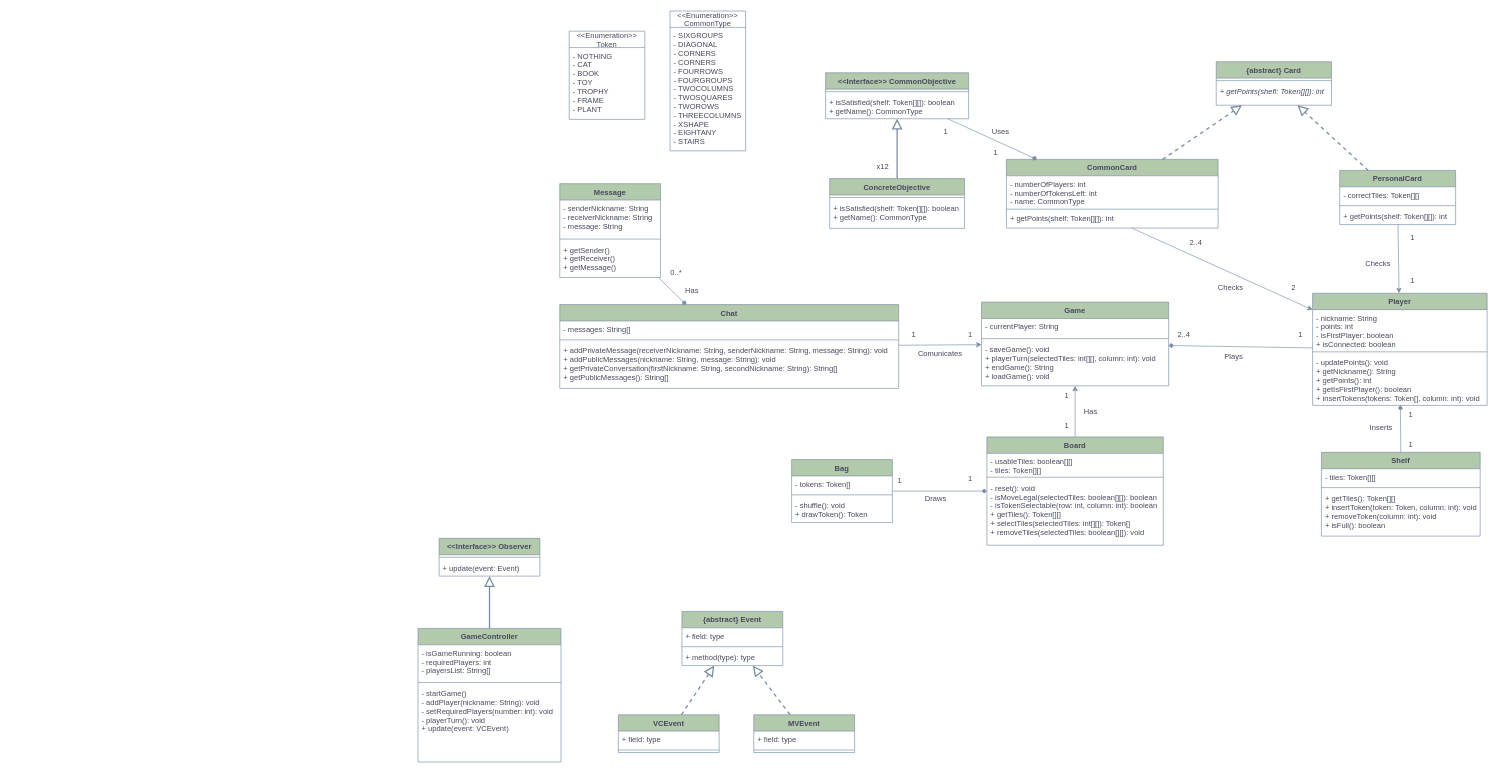
Above: class_diagram.drawio in GabrieleGessaghi/ing-sw-2023-gessaghi-fontanive-giuliani-galante (draw.io), before the change. Source tidied: cells renumbered, new cells numbered last; positions are measured from the earlier drawing's top-left corner, leaving out a move shared by most shapes. Both pictures are drawn from the tidied source at 63%, with x=0, y=0 at pixel (418, 11).
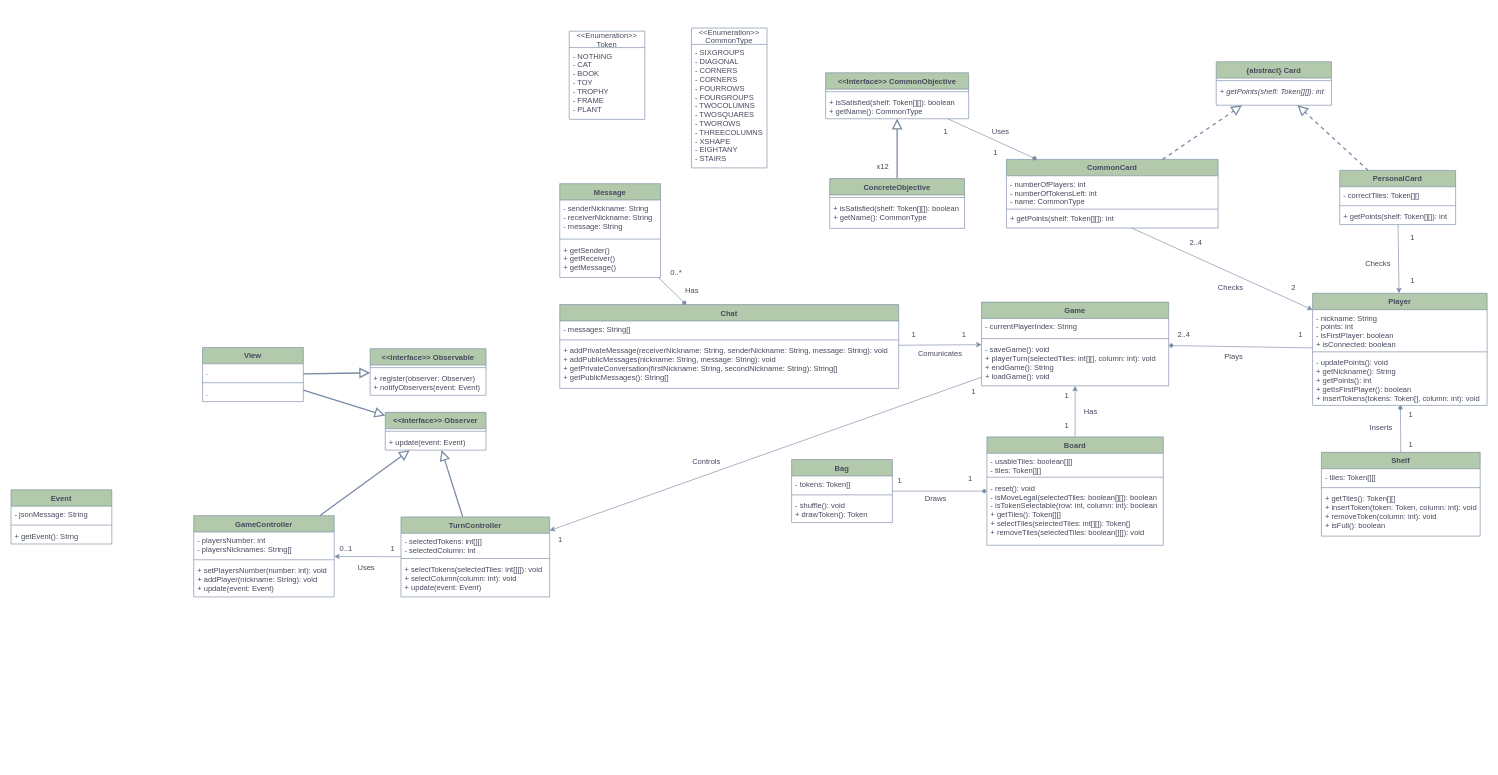
The same page after the edit.

Commit message (it also covers changes not shown here):
Updated class diagram

Unchanged cells that the change refers to:
```xml
<mxCell id="28" value="Game" style="swimlane;fontStyle=1;align=center;verticalAlign=top;horizontal=1;startSize=26;strokeColor=#788AA3;fontColor=#46495D;fillColor=#B2C9AB;labelBackgroundColor=none;" parent="1" vertex="1">
  <mxGeometry x="894.5" y="462" width="297" height="133" as="geometry" />
</mxCell>
```

What changed in the source:
```diff
@@
-    <mxCell id="29" value="- currentPlayer: String" style="text;strokeColor=none;fillColor=none;align=left;verticalAlign=top;spacingLeft=4;spacingRight=4;overflow=hidden;fontColor=#46495D;labelBackgroundColor=none;" parent="28" vertex="1">
+    <mxCell id="29" value="- currentPlayerIndex: String" style="text;strokeColor=none;fillColor=none;align=left;verticalAlign=top;spacingLeft=4;spacingRight=4;overflow=hidden;fontColor=#46495D;labelBackgroundColor=none;" parent="28" vertex="1">
       <mxGeometry y="26" width="297" height="28" as="geometry" />
     </mxCell>
@@
     <mxCell id="81" value="1" style="text;html=1;strokeColor=none;fillColor=none;align=center;verticalAlign=middle;whiteSpace=wrap;rounded=0;fontColor=#46495D;labelBackgroundColor=none;" parent="1" vertex="1">
-      <mxGeometry x="847" y="499" width="60" height="30" as="geometry" />
+      <mxGeometry x="837" y="499" width="60" height="30" as="geometry" />
     </mxCell>
@@
     <mxCell id="87" value="&lt;&lt;Enumeration&gt;&gt;&#10;CommonType" style="swimlane;fontStyle=0;horizontal=1;startSize=26;fillColor=none;labelBackgroundColor=none;strokeColor=#788AA3;fontColor=#46495D;" parent="1" vertex="1">
-      <mxGeometry x="400" width="120" height="222" as="geometry" />
+      <mxGeometry x="434" y="27" width="120" height="222" as="geometry" />
     </mxCell>
@@
-    <mxCell id="91" value="GameController" style="swimlane;fontStyle=1;align=center;verticalAlign=top;horizontal=1;startSize=26;labelBackgroundColor=none;fillColor=#B2C9AB;strokeColor=#788AA3;fontColor=#46495D;" parent="1" vertex="1">
-      <mxGeometry y="980" width="227" height="212" as="geometry" />
-    </mxCell>
-    <mxCell id="92" value="- isGameRunning: boolean&#10;- requiredPlayers: int&#10;- playersList: String[]" style="text;strokeColor=none;fillColor=none;align=left;verticalAlign=top;spacingLeft=4;spacingRight=4;overflow=hidden;labelBackgroundColor=none;fontColor=#46495D;" parent="91" vertex="1">
-      <mxGeometry y="26" width="227" height="56" as="geometry" />
-    </mxCell>
-    <mxCell id="93" style="line;strokeWidth=1;fillColor=none;align=left;verticalAlign=middle;spacingTop=-1;spacingLeft=3;spacingRight=3;labelPosition=right;strokeColor=#788AA3;labelBackgroundColor=none;fontColor=#46495D;" parent="91" vertex="1">
-      <mxGeometry y="82" width="227" height="8" as="geometry" />
-    </mxCell>
-    <mxCell id="94" value="- startGame()&#10;- addPlayer(nickname: String): void&#10;- setRequiredPlayers(number: int): void&#10;- playerTurn(): void&#10;+ update(event: VCEvent)" style="text;strokeColor=none;fillColor=none;align=left;verticalAlign=top;spacingLeft=4;spacingRight=4;overflow=hidden;labelBackgroundColor=none;fontColor=#46495D;" parent="91" vertex="1">
-      <mxGeometry y="90" width="227" height="122" as="geometry" />
-    </mxCell>
-    <mxCell id="95" value="&lt;&lt;Interface&gt;&gt; Observer" style="swimlane;fontStyle=1;align=center;verticalAlign=top;horizontal=1;startSize=26;strokeColor=#788AA3;fontColor=#46495D;fillColor=#B2C9AB;" parent="1" vertex="1">
-      <mxGeometry x="33.5" y="837" width="160" height="60" as="geometry" />
+    <mxCell id="95" value="&lt;&lt;Interface&gt;&gt; Observer" style="swimlane;fontStyle=1;align=center;verticalAlign=top;horizontal=1;startSize=26;strokeColor=#788AA3;fontColor=#46495D;fillColor=#B2C9AB;labelBackgroundColor=none;" parent="1" vertex="1">
+      <mxGeometry x="-52" y="637" width="160" height="60" as="geometry" />
     </mxCell>
-    <mxCell id="96" style="line;strokeWidth=1;fillColor=none;align=left;verticalAlign=middle;spacingTop=-1;spacingLeft=3;spacingRight=3;labelPosition=right;strokeColor=inherit;fontColor=#46495D;" parent="95" vertex="1">
+    <mxCell id="96" style="line;strokeWidth=1;fillColor=none;align=left;verticalAlign=middle;spacingTop=-1;spacingLeft=3;spacingRight=3;labelPosition=right;strokeColor=#788AA3;fontColor=#46495D;labelBackgroundColor=none;" parent="95" vertex="1">
       <mxGeometry y="26" width="160" height="8" as="geometry" />
     </mxCell>
-    <mxCell id="97" value="+ update(event: Event)" style="text;strokeColor=none;fillColor=none;align=left;verticalAlign=top;spacingLeft=4;spacingRight=4;overflow=hidden;fontColor=#46495D;" parent="95" vertex="1">
+    <mxCell id="97" value="+ update(event: Event)" style="text;strokeColor=none;fillColor=none;align=left;verticalAlign=top;spacingLeft=4;spacingRight=4;overflow=hidden;fontColor=#46495D;labelBackgroundColor=none;" parent="95" vertex="1">
       <mxGeometry y="34" width="160" height="26" as="geometry" />
     </mxCell>
-    <mxCell id="98" style="endArrow=block;endFill=0;endSize=12;html=1;rounded=0;strokeColor=#788AA3;fontColor=#46495D;fillColor=#B2C9AB;strokeWidth=2;" parent="1" edge="1" source="91" target="95">
-      <mxGeometry relative="1" as="geometry" />
-    </mxCell>
-    <mxCell id="99" value="VCEvent" style="swimlane;fontStyle=1;align=center;verticalAlign=top;horizontal=1;startSize=26;strokeColor=#788AA3;fontColor=#46495D;fillColor=#B2C9AB;" parent="1" vertex="1">
-      <mxGeometry x="318" y="1117" width="160" height="60" as="geometry" />
-    </mxCell>
-    <mxCell id="100" value="+ field: type" style="text;strokeColor=none;fillColor=none;align=left;verticalAlign=top;spacingLeft=4;spacingRight=4;overflow=hidden;fontColor=#46495D;" parent="99" vertex="1">
-      <mxGeometry y="26" width="160" height="26" as="geometry" />
-    </mxCell>
-    <mxCell id="101" style="line;strokeWidth=1;fillColor=none;align=left;verticalAlign=middle;spacingTop=-1;spacingLeft=3;spacingRight=3;labelPosition=right;strokeColor=inherit;fontColor=#46495D;" parent="99" vertex="1">
-      <mxGeometry y="52" width="160" height="8" as="geometry" />
-    </mxCell>
-    <mxCell id="102" value="MVEvent" style="swimlane;fontStyle=1;align=center;verticalAlign=top;horizontal=1;startSize=26;strokeColor=#788AA3;fontColor=#46495D;fillColor=#B2C9AB;" parent="1" vertex="1">
-      <mxGeometry x="533" y="1117" width="160" height="60" as="geometry" />
-    </mxCell>
-    <mxCell id="103" value="+ field: type" style="text;strokeColor=none;fillColor=none;align=left;verticalAlign=top;spacingLeft=4;spacingRight=4;overflow=hidden;fontColor=#46495D;" parent="102" vertex="1">
-      <mxGeometry y="26" width="160" height="26" as="geometry" />
-    </mxCell>
-    <mxCell id="104" style="line;strokeWidth=1;fillColor=none;align=left;verticalAlign=middle;spacingTop=-1;spacingLeft=3;spacingRight=3;labelPosition=right;strokeColor=inherit;fontColor=#46495D;" parent="102" vertex="1">
-      <mxGeometry y="52" width="160" height="8" as="geometry" />
-    </mxCell>
-    <mxCell id="105" style="endArrow=block;dashed=1;endFill=0;endSize=12;html=1;rounded=0;strokeColor=#788AA3;fontColor=default;fillColor=#B2C9AB;strokeWidth=2;labelBackgroundColor=none;" parent="1" edge="1" source="102" target="107">
-      <mxGeometry relative="1" as="geometry" />
-    </mxCell>
-    <mxCell id="106" style="endArrow=block;dashed=1;endFill=0;endSize=12;html=1;rounded=0;strokeColor=#788AA3;fontColor=default;fillColor=#B2C9AB;strokeWidth=2;labelBackgroundColor=none;" parent="1" edge="1" source="99" target="107">
-      <mxGeometry relative="1" as="geometry" />
-    </mxCell>
-    <mxCell id="107" value="{abstract} Event" style="swimlane;fontStyle=1;align=center;verticalAlign=top;horizontal=1;startSize=26;strokeColor=#788AA3;fontColor=#46495D;fillColor=#B2C9AB;" parent="1" vertex="1">
-      <mxGeometry x="419" y="953" width="160" height="86" as="geometry" />
+    <mxCell id="107" value="Event" style="swimlane;fontStyle=1;align=center;verticalAlign=top;horizontal=1;startSize=26;strokeColor=#788AA3;fontColor=#46495D;fillColor=#B2C9AB;labelBackgroundColor=none;" parent="1" vertex="1">
+      <mxGeometry x="-646" y="760" width="160" height="86" as="geometry" />
     </mxCell>
-    <mxCell id="108" value="+ field: type" style="text;strokeColor=none;fillColor=none;align=left;verticalAlign=top;spacingLeft=4;spacingRight=4;overflow=hidden;fontColor=#46495D;" parent="107" vertex="1">
+    <mxCell id="108" value="- jsonMessage: String" style="text;strokeColor=none;fillColor=none;align=left;verticalAlign=top;spacingLeft=4;spacingRight=4;overflow=hidden;fontColor=#46495D;labelBackgroundColor=none;" parent="107" vertex="1">
       <mxGeometry y="26" width="160" height="26" as="geometry" />
     </mxCell>
-    <mxCell id="109" style="line;strokeWidth=1;fillColor=none;align=left;verticalAlign=middle;spacingTop=-1;spacingLeft=3;spacingRight=3;labelPosition=right;strokeColor=inherit;fontColor=#46495D;" parent="107" vertex="1">
+    <mxCell id="109" style="line;strokeWidth=1;fillColor=none;align=left;verticalAlign=middle;spacingTop=-1;spacingLeft=3;spacingRight=3;labelPosition=right;strokeColor=#788AA3;fontColor=#46495D;labelBackgroundColor=none;" parent="107" vertex="1">
       <mxGeometry y="52" width="160" height="8" as="geometry" />
     </mxCell>
-    <mxCell id="110" value="+ method(type): type" style="text;strokeColor=none;fillColor=none;align=left;verticalAlign=top;spacingLeft=4;spacingRight=4;overflow=hidden;fontColor=#46495D;" parent="107" vertex="1">
+    <mxCell id="110" value="+ getEvent(): Strng" style="text;strokeColor=none;fillColor=none;align=left;verticalAlign=top;spacingLeft=4;spacingRight=4;overflow=hidden;fontColor=#46495D;labelBackgroundColor=none;" parent="107" vertex="1">
       <mxGeometry y="60" width="160" height="26" as="geometry" />
     </mxCell>
+    <mxCell id="111" value="TurnController" style="swimlane;fontStyle=1;align=center;verticalAlign=top;horizontal=1;startSize=26;labelBackgroundColor=none;fillColor=#B2C9AB;strokeColor=#788AA3;fontColor=#46495D;" parent="1" vertex="1">
+      <mxGeometry x="-27" y="803" width="236" height="127" as="geometry" />
+    </mxCell>
+    <mxCell id="112" value="- selectedTokens: int[][]&#10;- selectedColumn: int" style="text;strokeColor=none;fillColor=none;align=left;verticalAlign=top;spacingLeft=4;spacingRight=4;overflow=hidden;labelBackgroundColor=none;fontColor=#46495D;" parent="111" vertex="1">
+      <mxGeometry y="26" width="236" height="36" as="geometry" />
+    </mxCell>
+    <mxCell id="113" style="line;strokeWidth=1;fillColor=none;align=left;verticalAlign=middle;spacingTop=-1;spacingLeft=3;spacingRight=3;labelPosition=right;strokeColor=#788AA3;labelBackgroundColor=none;fontColor=#46495D;" parent="111" vertex="1">
+      <mxGeometry y="62" width="236" height="8" as="geometry" />
+    </mxCell>
+    <mxCell id="114" value="+ selectTokens(selectedTiles: int[][]): void&#10;+ selectColumn(column: int): void&#10;+ update(event: Event)" style="text;strokeColor=none;fillColor=none;align=left;verticalAlign=top;spacingLeft=4;spacingRight=4;overflow=hidden;labelBackgroundColor=none;fontColor=#46495D;" parent="111" vertex="1">
+      <mxGeometry y="70" width="236" height="57" as="geometry" />
+    </mxCell>
+    <mxCell id="91" value="GameController" style="swimlane;fontStyle=1;align=center;verticalAlign=top;horizontal=1;startSize=26;labelBackgroundColor=none;fillColor=#B2C9AB;strokeColor=#788AA3;fontColor=#46495D;" parent="1" vertex="1">
+      <mxGeometry x="-356" y="801" width="223" height="129" as="geometry" />
+    </mxCell>
+    <mxCell id="115" value="- playersNumber: int&#10;- playersNicknames: String[]" style="text;strokeColor=none;fillColor=none;align=left;verticalAlign=top;spacingLeft=4;spacingRight=4;overflow=hidden;labelBackgroundColor=none;fontColor=#46495D;" parent="91" vertex="1">
+      <mxGeometry y="26" width="223" height="40" as="geometry" />
+    </mxCell>
+    <mxCell id="116" style="line;strokeWidth=1;fillColor=none;align=left;verticalAlign=middle;spacingTop=-1;spacingLeft=3;spacingRight=3;labelPosition=right;strokeColor=#788AA3;labelBackgroundColor=none;fontColor=#46495D;" parent="91" vertex="1">
+      <mxGeometry y="66" width="223" height="8" as="geometry" />
+    </mxCell>
+    <mxCell id="117" value="+ setPlayersNumber(number: int): void&#10;+ addPlayer(nickname: String): void&#10;+ update(event: Event)" style="text;strokeColor=none;fillColor=none;align=left;verticalAlign=top;spacingLeft=4;spacingRight=4;overflow=hidden;labelBackgroundColor=none;fontColor=#46495D;" parent="91" vertex="1">
+      <mxGeometry y="74" width="223" height="55" as="geometry" />
+    </mxCell>
+    <mxCell id="118" style="endArrow=block;endFill=0;endSize=12;html=1;rounded=0;strokeColor=#788AA3;fontColor=default;fillColor=#B2C9AB;strokeWidth=2;labelBackgroundColor=none;" parent="1" edge="1" source="111" target="95">
+      <mxGeometry x="1" y="-224" relative="1" as="geometry">
+        <mxPoint x="-17" y="-88" as="offset" />
+      </mxGeometry>
+    </mxCell>
+    <mxCell id="98" style="endArrow=block;endFill=0;endSize=12;html=1;rounded=0;strokeColor=#788AA3;fontColor=default;fillColor=#B2C9AB;strokeWidth=2;labelBackgroundColor=none;" parent="1" edge="1" source="91" target="95">
+      <mxGeometry relative="1" as="geometry" />
+    </mxCell>
+    <mxCell id="119" style="endArrow=classic;html=1;rounded=0;strokeColor=#788AA3;fontColor=#46495D;fillColor=#B2C9AB;" parent="1" edge="1" source="28" target="111">
+      <mxGeometry relative="1" as="geometry" />
+    </mxCell>
+    <mxCell id="120" value="Controls" style="text;html=1;strokeColor=none;fillColor=none;align=center;verticalAlign=middle;whiteSpace=wrap;rounded=0;fontColor=#46495D;" parent="1" vertex="1">
+      <mxGeometry x="428" y="700" width="60" height="30" as="geometry" />
+    </mxCell>
+    <mxCell id="121" value="1" style="text;html=1;strokeColor=none;fillColor=none;align=center;verticalAlign=middle;whiteSpace=wrap;rounded=0;fontColor=#46495D;labelBackgroundColor=none;" parent="1" vertex="1">
+      <mxGeometry x="852" y="589" width="60" height="30" as="geometry" />
+    </mxCell>
+    <mxCell id="122" value="1" style="text;html=1;strokeColor=none;fillColor=none;align=center;verticalAlign=middle;whiteSpace=wrap;rounded=0;fontColor=#46495D;labelBackgroundColor=none;" parent="1" vertex="1">
+      <mxGeometry x="196" y="824" width="60" height="30" as="geometry" />
+    </mxCell>
+    <mxCell id="123" value="View" style="swimlane;fontStyle=1;align=center;verticalAlign=top;horizontal=1;startSize=26;strokeColor=#788AA3;fontColor=#46495D;fillColor=#B2C9AB;" parent="1" vertex="1">
+      <mxGeometry x="-342" y="534" width="160" height="86" as="geometry" />
+    </mxCell>
+    <mxCell id="124" value="." style="text;strokeColor=none;fillColor=none;align=left;verticalAlign=top;spacingLeft=4;spacingRight=4;overflow=hidden;fontColor=#46495D;" parent="123" vertex="1">
+      <mxGeometry y="26" width="160" height="26" as="geometry" />
+    </mxCell>
+    <mxCell id="125" style="line;strokeWidth=1;fillColor=none;align=left;verticalAlign=middle;spacingTop=-1;spacingLeft=3;spacingRight=3;labelPosition=right;strokeColor=inherit;fontColor=#46495D;" parent="123" vertex="1">
+      <mxGeometry y="52" width="160" height="8" as="geometry" />
+    </mxCell>
+    <mxCell id="126" value="." style="text;strokeColor=none;fillColor=none;align=left;verticalAlign=top;spacingLeft=4;spacingRight=4;overflow=hidden;fontColor=#46495D;" parent="123" vertex="1">
+      <mxGeometry y="60" width="160" height="26" as="geometry" />
+    </mxCell>
+    <mxCell id="127" style="endArrow=block;endFill=0;endSize=12;html=1;rounded=0;strokeColor=#788AA3;fontColor=default;fillColor=#B2C9AB;strokeWidth=2;labelBackgroundColor=none;" parent="1" edge="1" source="123" target="95">
+      <mxGeometry relative="1" as="geometry" />
+    </mxCell>
+    <mxCell id="128" value="&lt;&lt;Interface&gt;&gt; Observable" style="swimlane;fontStyle=1;align=center;verticalAlign=top;horizontal=1;startSize=26;strokeColor=#788AA3;fontColor=#46495D;fillColor=#B2C9AB;labelBackgroundColor=none;" parent="1" vertex="1">
+      <mxGeometry x="-76" y="536" width="184" height="74" as="geometry" />
+    </mxCell>
+    <mxCell id="129" style="line;strokeWidth=1;fillColor=none;align=left;verticalAlign=middle;spacingTop=-1;spacingLeft=3;spacingRight=3;labelPosition=right;strokeColor=#788AA3;fontColor=#46495D;labelBackgroundColor=none;" parent="128" vertex="1">
+      <mxGeometry y="26" width="184" height="8" as="geometry" />
+    </mxCell>
+    <mxCell id="130" value="+ register(observer: Observer)&#10;+ notifyObservers(event: Event)" style="text;strokeColor=none;fillColor=none;align=left;verticalAlign=top;spacingLeft=4;spacingRight=4;overflow=hidden;fontColor=#46495D;labelBackgroundColor=none;" parent="128" vertex="1">
+      <mxGeometry y="34" width="184" height="40" as="geometry" />
+    </mxCell>
+    <mxCell id="131" style="endArrow=block;endFill=0;endSize=12;html=1;rounded=0;strokeColor=#788AA3;fontColor=default;fillColor=#B2C9AB;strokeWidth=2;labelBackgroundColor=none;" parent="1" edge="1" source="123" target="128">
+      <mxGeometry relative="1" as="geometry" />
+    </mxCell>
+    <mxCell id="132" style="endArrow=classic;html=1;rounded=0;strokeColor=#788AA3;fontColor=#46495D;fillColor=#B2C9AB;" parent="1" edge="1" source="111" target="91">
+      <mxGeometry relative="1" as="geometry" />
+    </mxCell>
+    <mxCell id="133" value="Uses" style="text;html=1;strokeColor=none;fillColor=none;align=center;verticalAlign=middle;whiteSpace=wrap;rounded=0;fontColor=#46495D;" parent="1" vertex="1">
+      <mxGeometry x="-112" y="868" width="60" height="30" as="geometry" />
+    </mxCell>
+    <mxCell id="134" value="1" style="text;html=1;strokeColor=none;fillColor=none;align=center;verticalAlign=middle;whiteSpace=wrap;rounded=0;fontColor=#46495D;" parent="1" vertex="1">
+      <mxGeometry x="-70" y="838" width="60" height="30" as="geometry" />
+    </mxCell>
+    <mxCell id="135" value="0..1" style="text;html=1;strokeColor=none;fillColor=none;align=center;verticalAlign=middle;whiteSpace=wrap;rounded=0;fontColor=#46495D;" parent="1" vertex="1">
+      <mxGeometry x="-144" y="838" width="60" height="30" as="geometry" />
+    </mxCell>
```
